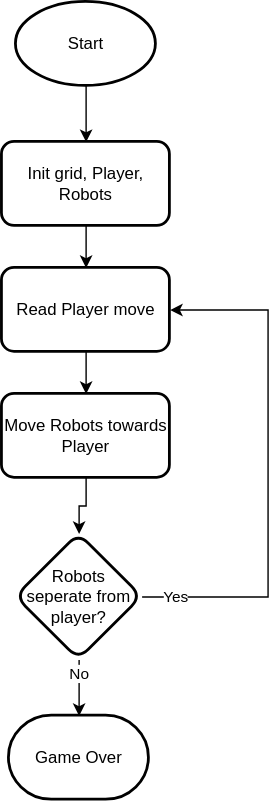
Earlier version of the draw.io export Ancient-Robot-Game/flowchart.svg (jefsal/Favorite-MIPS). Source tidied: cells renumbered, new cells last; positions are measured from the earlier drawing's top-left corner, leaving out a move shared by most shapes. Its diagram source:
```xml
<mxGraphModel>
  <root>
    <mxCell id="0" />
    <mxCell id="1" parent="0" />
    <mxCell id="2" style="edgeStyle=orthogonalEdgeStyle;rounded=0;jettySize=auto;html=1;" parent="1" edge="1" source="3" target="7">
      <mxGeometry relative="1" as="geometry" />
    </mxCell>
    <mxCell id="3" value="Start" style="strokeWidth=2;html=1;shape=mxgraph.flowchart.start_1;whiteSpace=wrap;" parent="1" vertex="1">
      <mxGeometry x="10" width="100" height="60" as="geometry" />
    </mxCell>
    <mxCell id="4" style="edgeStyle=orthogonalEdgeStyle;rounded=0;jettySize=auto;html=1;" parent="1" edge="1" source="5" target="9">
      <mxGeometry relative="1" as="geometry" />
    </mxCell>
    <mxCell id="5" value="Read Player move" style="rounded=1;whiteSpace=wrap;html=1;strokeWidth=2;" parent="1" vertex="1">
      <mxGeometry y="190" width="120" height="60" as="geometry" />
    </mxCell>
    <mxCell id="6" style="edgeStyle=orthogonalEdgeStyle;rounded=0;jettySize=auto;html=1;" parent="1" edge="1" source="7" target="5">
      <mxGeometry relative="1" as="geometry" />
    </mxCell>
    <mxCell id="7" value="Init grid, Player, Robots" style="rounded=1;whiteSpace=wrap;html=1;strokeWidth=2;" parent="1" vertex="1">
      <mxGeometry y="100" width="120" height="60" as="geometry" />
    </mxCell>
    <mxCell id="8" style="edgeStyle=orthogonalEdgeStyle;rounded=0;jettySize=auto;html=1;" parent="1" edge="1" source="9" target="14">
      <mxGeometry relative="1" as="geometry" />
    </mxCell>
    <mxCell id="9" value="Move Robots towards Player" style="rounded=1;whiteSpace=wrap;html=1;strokeWidth=2;" parent="1" vertex="1">
      <mxGeometry y="280" width="120" height="60" as="geometry" />
    </mxCell>
    <mxCell id="10" style="edgeStyle=orthogonalEdgeStyle;rounded=0;jettySize=auto;html=1;" parent="1" edge="1" source="14" target="15">
      <mxGeometry relative="1" as="geometry" />
    </mxCell>
    <mxCell id="11" value="No" style="edgeLabel;html=1;align=center;verticalAlign=middle;" parent="10" vertex="1">
      <mxGeometry x="-0.52" relative="1" as="geometry" />
    </mxCell>
    <mxCell id="12" style="edgeStyle=orthogonalEdgeStyle;rounded=0;jettySize=auto;html=1;exitX=1;exitY=0.5;exitDx=0;exitDy=0;entryX=1;entryY=0.5;entryDx=0;entryDy=0;" parent="1" edge="1" source="14" target="5">
      <mxGeometry relative="1" as="geometry">
        <Array as="points">
          <mxPoint x="190" y="425" />
          <mxPoint x="190" y="220" />
        </Array>
      </mxGeometry>
    </mxCell>
    <mxCell id="13" value="Yes" style="edgeLabel;html=1;align=center;verticalAlign=middle;" parent="12" vertex="1">
      <mxGeometry x="-0.87" relative="1" as="geometry" />
    </mxCell>
    <mxCell id="14" value="Robots seperate from player?" style="rhombus;whiteSpace=wrap;html=1;rounded=1;strokeWidth=2;fontSize=12;labelBorderColor=none;" parent="1" vertex="1">
      <mxGeometry x="10" y="380" width="90" height="90" as="geometry" />
    </mxCell>
    <mxCell id="15" value="Game Over" style="strokeWidth=2;html=1;shape=mxgraph.flowchart.terminator;whiteSpace=wrap;" parent="1" vertex="1">
      <mxGeometry x="5" y="510" width="100" height="60" as="geometry" />
    </mxCell>
  </root>
</mxGraphModel>
```
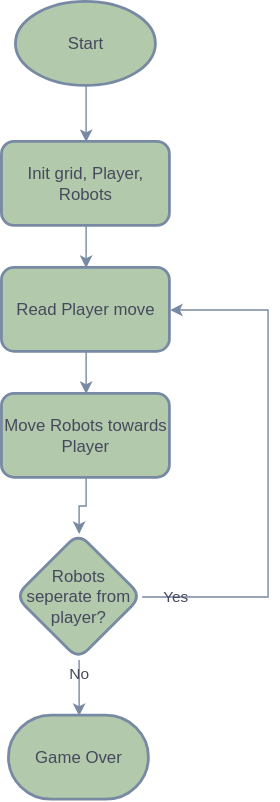
The same file after the commit.

Change to the diagram source:
```diff
@@ -2,37 +2,37 @@
   <root>
     <mxCell id="0" />
     <mxCell id="1" parent="0" />
-    <mxCell id="2" style="edgeStyle=orthogonalEdgeStyle;rounded=0;jettySize=auto;html=1;" parent="1" edge="1" source="3" target="7">
+    <mxCell id="2" style="edgeStyle=orthogonalEdgeStyle;rounded=0;jettySize=auto;html=1;labelBackgroundColor=none;strokeColor=#788AA3;fontColor=default;" parent="1" edge="1" source="3" target="7">
       <mxGeometry relative="1" as="geometry" />
     </mxCell>
-    <mxCell id="3" value="Start" style="strokeWidth=2;html=1;shape=mxgraph.flowchart.start_1;whiteSpace=wrap;" parent="1" vertex="1">
+    <mxCell id="3" value="Start" style="strokeWidth=2;html=1;shape=mxgraph.flowchart.start_1;whiteSpace=wrap;labelBackgroundColor=none;fillColor=#B2C9AB;strokeColor=#788AA3;fontColor=#46495D;" parent="1" vertex="1">
       <mxGeometry x="10" width="100" height="60" as="geometry" />
     </mxCell>
-    <mxCell id="4" style="edgeStyle=orthogonalEdgeStyle;rounded=0;jettySize=auto;html=1;" parent="1" edge="1" source="5" target="9">
+    <mxCell id="4" style="edgeStyle=orthogonalEdgeStyle;rounded=0;jettySize=auto;html=1;labelBackgroundColor=none;strokeColor=#788AA3;fontColor=default;" parent="1" edge="1" source="5" target="9">
       <mxGeometry relative="1" as="geometry" />
     </mxCell>
-    <mxCell id="5" value="Read Player move" style="rounded=1;whiteSpace=wrap;html=1;strokeWidth=2;" parent="1" vertex="1">
+    <mxCell id="5" value="Read Player move" style="rounded=1;whiteSpace=wrap;html=1;strokeWidth=2;labelBackgroundColor=none;fillColor=#B2C9AB;strokeColor=#788AA3;fontColor=#46495D;" parent="1" vertex="1">
       <mxGeometry y="190" width="120" height="60" as="geometry" />
     </mxCell>
-    <mxCell id="6" style="edgeStyle=orthogonalEdgeStyle;rounded=0;jettySize=auto;html=1;" parent="1" edge="1" source="7" target="5">
+    <mxCell id="6" style="edgeStyle=orthogonalEdgeStyle;rounded=0;jettySize=auto;html=1;labelBackgroundColor=none;strokeColor=#788AA3;fontColor=default;" parent="1" edge="1" source="7" target="5">
       <mxGeometry relative="1" as="geometry" />
     </mxCell>
-    <mxCell id="7" value="Init grid, Player, Robots" style="rounded=1;whiteSpace=wrap;html=1;strokeWidth=2;" parent="1" vertex="1">
+    <mxCell id="7" value="Init grid, Player, Robots" style="rounded=1;whiteSpace=wrap;html=1;strokeWidth=2;labelBackgroundColor=none;fillColor=#B2C9AB;strokeColor=#788AA3;fontColor=#46495D;" parent="1" vertex="1">
       <mxGeometry y="100" width="120" height="60" as="geometry" />
     </mxCell>
-    <mxCell id="8" style="edgeStyle=orthogonalEdgeStyle;rounded=0;jettySize=auto;html=1;" parent="1" edge="1" source="9" target="14">
+    <mxCell id="8" style="edgeStyle=orthogonalEdgeStyle;rounded=0;jettySize=auto;html=1;labelBackgroundColor=none;strokeColor=#788AA3;fontColor=default;" parent="1" edge="1" source="9" target="14">
       <mxGeometry relative="1" as="geometry" />
     </mxCell>
-    <mxCell id="9" value="Move Robots towards Player" style="rounded=1;whiteSpace=wrap;html=1;strokeWidth=2;" parent="1" vertex="1">
+    <mxCell id="9" value="Move Robots towards Player" style="rounded=1;whiteSpace=wrap;html=1;strokeWidth=2;labelBackgroundColor=none;fillColor=#B2C9AB;strokeColor=#788AA3;fontColor=#46495D;" parent="1" vertex="1">
       <mxGeometry y="280" width="120" height="60" as="geometry" />
     </mxCell>
-    <mxCell id="10" style="edgeStyle=orthogonalEdgeStyle;rounded=0;jettySize=auto;html=1;" parent="1" edge="1" source="14" target="15">
+    <mxCell id="10" style="edgeStyle=orthogonalEdgeStyle;rounded=0;jettySize=auto;html=1;labelBackgroundColor=none;strokeColor=#788AA3;fontColor=default;" parent="1" edge="1" source="14" target="15">
       <mxGeometry relative="1" as="geometry" />
     </mxCell>
-    <mxCell id="11" value="No" style="edgeLabel;html=1;align=center;verticalAlign=middle;" parent="10" vertex="1">
+    <mxCell id="11" value="No" style="edgeLabel;html=1;align=center;verticalAlign=middle;labelBackgroundColor=none;fontColor=#46495D;" parent="10" vertex="1">
       <mxGeometry x="-0.52" relative="1" as="geometry" />
     </mxCell>
-    <mxCell id="12" style="edgeStyle=orthogonalEdgeStyle;rounded=0;jettySize=auto;html=1;exitX=1;exitY=0.5;exitDx=0;exitDy=0;entryX=1;entryY=0.5;entryDx=0;entryDy=0;" parent="1" edge="1" source="14" target="5">
+    <mxCell id="12" style="edgeStyle=orthogonalEdgeStyle;rounded=0;jettySize=auto;html=1;exitX=1;exitY=0.5;exitDx=0;exitDy=0;entryX=1;entryY=0.5;entryDx=0;entryDy=0;labelBackgroundColor=none;strokeColor=#788AA3;fontColor=default;" parent="1" edge="1" source="14" target="5">
       <mxGeometry relative="1" as="geometry">
         <Array as="points">
           <mxPoint x="190" y="425" />
@@ -40,13 +40,13 @@
         </Array>
       </mxGeometry>
     </mxCell>
-    <mxCell id="13" value="Yes" style="edgeLabel;html=1;align=center;verticalAlign=middle;" parent="12" vertex="1">
+    <mxCell id="13" value="Yes" style="edgeLabel;html=1;align=center;verticalAlign=middle;labelBackgroundColor=none;fontColor=#46495D;" parent="12" vertex="1">
       <mxGeometry x="-0.87" relative="1" as="geometry" />
     </mxCell>
-    <mxCell id="14" value="Robots seperate from player?" style="rhombus;whiteSpace=wrap;html=1;rounded=1;strokeWidth=2;fontSize=12;labelBorderColor=none;" parent="1" vertex="1">
+    <mxCell id="14" value="Robots seperate from player?" style="rhombus;whiteSpace=wrap;html=1;rounded=1;strokeWidth=2;fontSize=12;labelBorderColor=none;labelBackgroundColor=none;fillColor=#B2C9AB;strokeColor=#788AA3;fontColor=#46495D;" parent="1" vertex="1">
       <mxGeometry x="10" y="380" width="90" height="90" as="geometry" />
     </mxCell>
-    <mxCell id="15" value="Game Over" style="strokeWidth=2;html=1;shape=mxgraph.flowchart.terminator;whiteSpace=wrap;" parent="1" vertex="1">
+    <mxCell id="15" value="Game Over" style="strokeWidth=2;html=1;shape=mxgraph.flowchart.terminator;whiteSpace=wrap;labelBackgroundColor=none;fillColor=#B2C9AB;strokeColor=#788AA3;fontColor=#46495D;" parent="1" vertex="1">
       <mxGeometry x="5" y="510" width="100" height="60" as="geometry" />
     </mxCell>
   </root>
```
